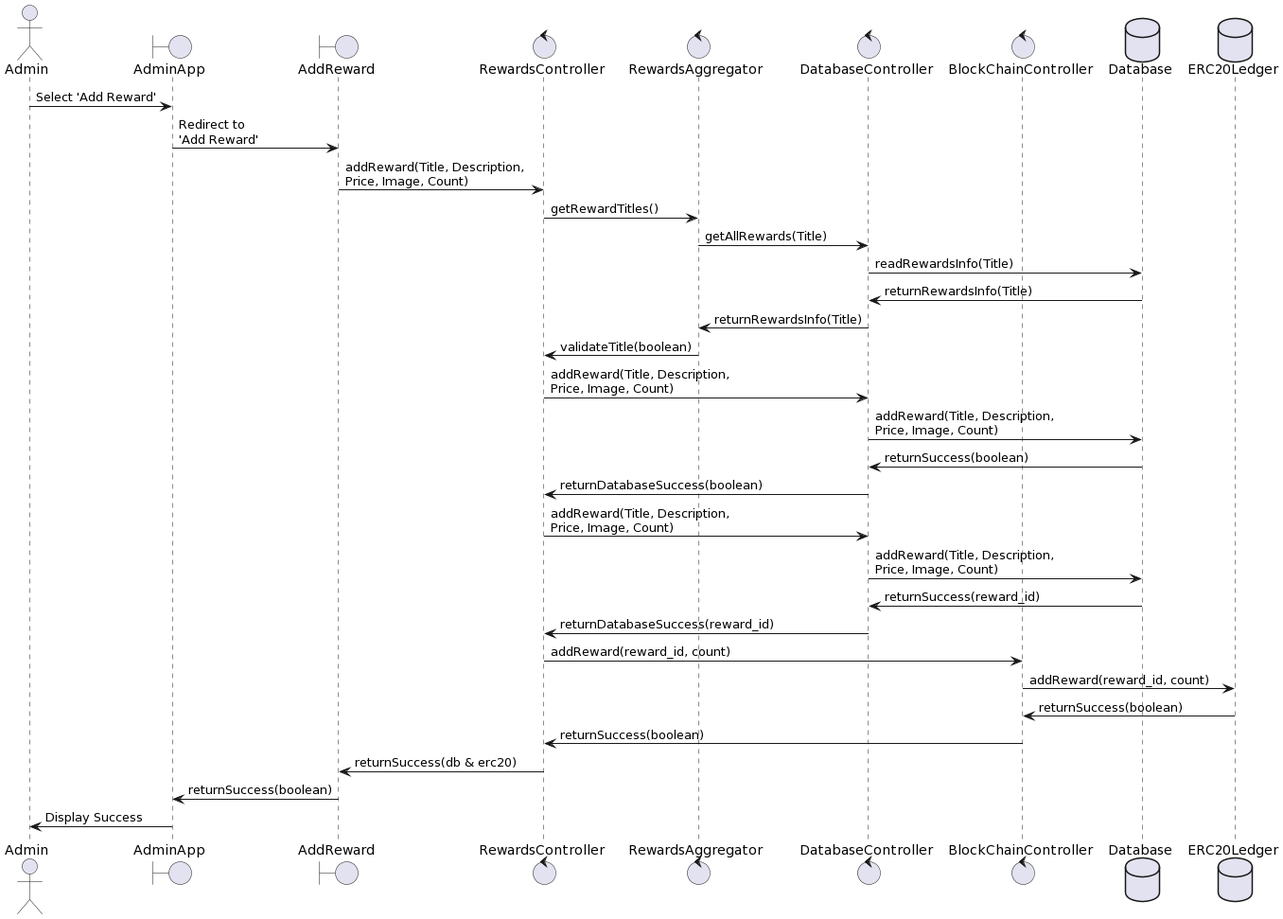
Before: Admin_AddReward.png, a diagram exported from PlantUML (Tamong/TFS).
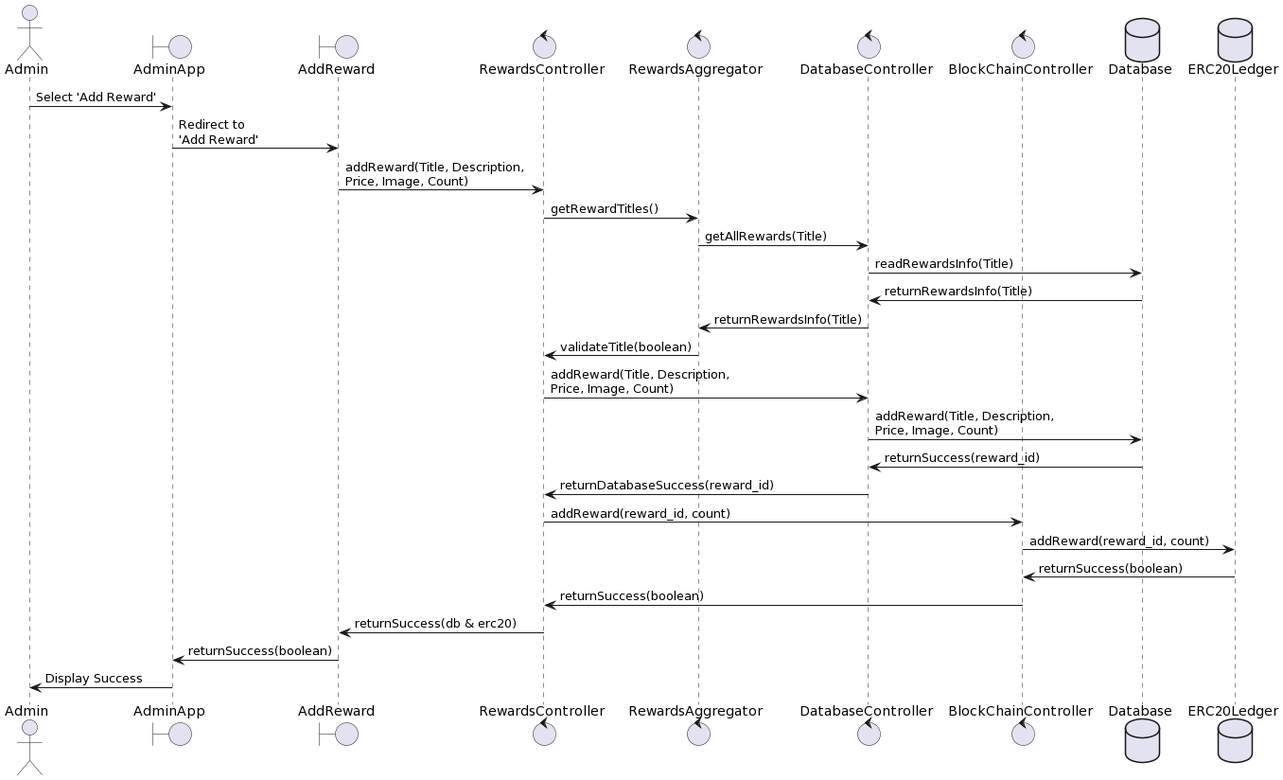
After the commit.

Diff of the diagram source:
```diff
@@ -23,10 +23,6 @@
 DatabaseController-> RewardsAggregator : returnRewardsInfo(Title)
 RewardsAggregator -> RewardsController : validateTitle(boolean)
 
-RewardsController -> DatabaseController: addReward(Title, Description,\nPrice, Image, Count)
-DatabaseController-> Database: addReward(Title, Description, \nPrice, Image, Count)
-Database-> DatabaseController: returnSuccess(boolean)
-DatabaseController-> RewardsController : returnDatabaseSuccess(boolean)
 
 RewardsController -> DatabaseController: addReward(Title, Description, \nPrice, Image, Count)
 DatabaseController-> Database: addReward(Title, Description, \nPrice, Image, Count)
```
